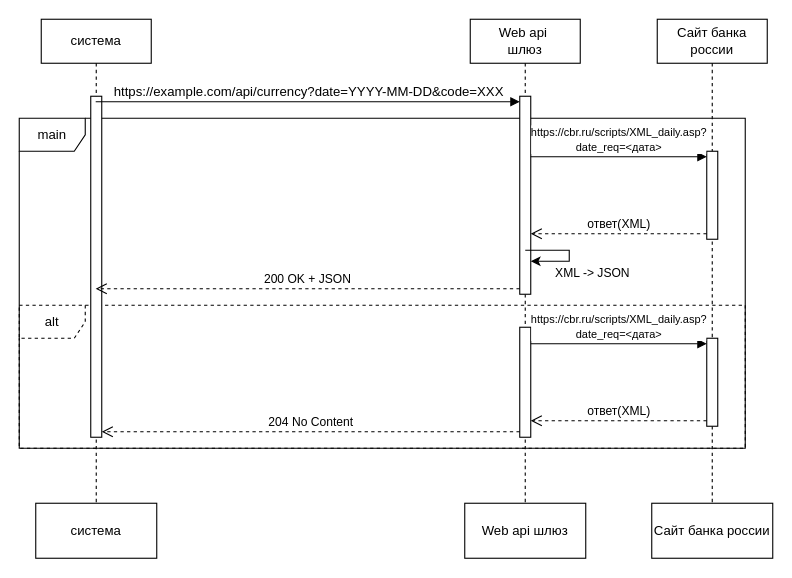
Above: test1.drawio in bulkhukou/redesigned-octo-broccoli (draw.io), before the change. Source tidied: cells renumbered, new cells numbered last; positions are measured from the earlier drawing's top-left corner, leaving out a move shared by most shapes. Both pictures are drawn from the tidied source at 110%, with x=0, y=0 at pixel (19, 19).
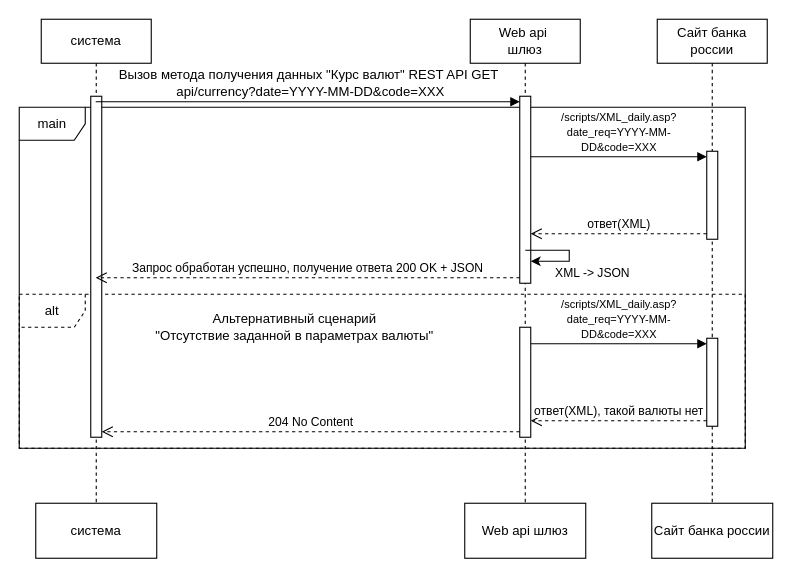
After the change.

Unchanged cells that the change refers to:
```xml
<mxCell id="4" value="Web api&amp;nbsp;&lt;br&gt;шлюз" style="shape=umlLifeline;perimeter=lifelinePerimeter;whiteSpace=wrap;html=1;newEdgeStyle={&quot;curved&quot;:0,&quot;rounded&quot;:0};" parent="1" vertex="1">
  <mxGeometry x="410" width="100" height="440" as="geometry" />
</mxCell>
<mxCell id="7" style="html=1;points=[[0,0,0,0,5],[0,1,0,0,-5],[1,0,0,0,5],[1,1,0,0,-5]];perimeter=orthogonalPerimeter;outlineConnect=0;targetShapes=umlLifeline;portConstraint=eastwest;newEdgeStyle={&quot;curved&quot;:0,&quot;rounded&quot;:0};" parent="6" vertex="1">
  <mxGeometry x="45" y="290" width="10" height="80" as="geometry" />
</mxCell>
<mxCell id="8" style="html=1;points=[[0,0,0,0,5],[0,1,0,0,-5],[1,0,0,0,5],[1,1,0,0,-5]];perimeter=orthogonalPerimeter;outlineConnect=0;targetShapes=umlLifeline;portConstraint=eastwest;newEdgeStyle={&quot;curved&quot;:0,&quot;rounded&quot;:0};" parent="6" vertex="1">
  <mxGeometry x="45" y="120" width="10" height="80" as="geometry" />
</mxCell>
<mxCell id="9" value="система" style="shape=umlLifeline;perimeter=lifelinePerimeter;whiteSpace=wrap;html=1;outlineConnect=0;portConstraint=eastwest;newEdgeStyle={&quot;curved&quot;:0,&quot;rounded&quot;:0};" parent="1" vertex="1">
  <mxGeometry x="20" width="100" height="440" as="geometry" />
</mxCell>
<mxCell id="17" style="html=1;points=[[0,0,0,0,5],[0,1,0,0,-5],[1,0,0,0,5],[1,1,0,0,-5]];perimeter=orthogonalPerimeter;outlineConnect=0;targetShapes=umlLifeline;portConstraint=eastwest;newEdgeStyle={&quot;curved&quot;:0,&quot;rounded&quot;:0};" parent="1" vertex="1">
  <mxGeometry x="455" y="280" width="10" height="100" as="geometry" />
</mxCell>
```

The edit, as a diff of the source:
```diff
@@
     <mxCell id="2" value="alt" style="shape=umlFrame;whiteSpace=wrap;html=1;dashed=1;" parent="1" vertex="1">
-      <mxGeometry y="260" width="660" height="130" as="geometry" />
+      <mxGeometry y="250" width="660" height="140" as="geometry" />
     </mxCell>
     <mxCell id="3" value="main" style="shape=umlFrame;whiteSpace=wrap;html=1;" parent="1" vertex="1">
-      <mxGeometry y="90" width="660" height="300" as="geometry" />
+      <mxGeometry y="80" width="660" height="310" as="geometry" />
     </mxCell>
@@
     <mxCell id="5" style="html=1;points=[[0,0,0,0,5],[0,1,0,0,-5],[1,0,0,0,5],[1,1,0,0,-5]];perimeter=orthogonalPerimeter;outlineConnect=0;targetShapes=umlLifeline;portConstraint=eastwest;newEdgeStyle={&quot;curved&quot;:0,&quot;rounded&quot;:0};" parent="4" vertex="1">
-      <mxGeometry x="45" y="70" width="10" height="180" as="geometry" />
+      <mxGeometry x="45" y="70" width="10" height="170" as="geometry" />
     </mxCell>
@@
-    <mxCell id="11" value="&lt;span style=&quot;font-size: 12px;&quot;&gt;&lt;font style=&quot;color: rgb(0, 0, 0);&quot;&gt;https://example.com/api/currency?date=YYYY-MM-DD&amp;amp;code=XXX&lt;/font&gt;&lt;/span&gt;" style="html=1;verticalAlign=bottom;endArrow=block;curved=0;rounded=0;entryX=0;entryY=0;entryDx=0;entryDy=5;" parent="1" edge="1" source="9" target="5">
+    <mxCell id="11" value="&lt;span style=&quot;font-size: 12px;&quot;&gt;&lt;font style=&quot;color: rgb(0, 0, 0);&quot;&gt;Вызов метода получения данных &quot;Курс валют&quot; REST API GET&lt;br&gt;&amp;nbsp;api/currency?date=YYYY-MM-DD&amp;amp;code=XXX&lt;/font&gt;&lt;/span&gt;" style="html=1;verticalAlign=bottom;endArrow=block;curved=0;rounded=0;entryX=0;entryY=0;entryDx=0;entryDy=5;" parent="1" edge="1" source="9" target="5">
       <mxGeometry relative="1" as="geometry" />
     </mxCell>
-    <mxCell id="12" value="200 OK + JSON" style="html=1;verticalAlign=bottom;endArrow=open;dashed=1;endSize=8;curved=0;rounded=0;exitX=0;exitY=1;exitDx=0;exitDy=-5;" parent="1" edge="1" source="5" target="9">
+    <mxCell id="12" value="Запрос обработан успешно, получение ответа 200 OK + JSON" style="html=1;verticalAlign=bottom;endArrow=open;dashed=1;endSize=8;curved=0;rounded=0;exitX=0;exitY=1;exitDx=0;exitDy=-5;" parent="1" edge="1" source="5" target="9">
       <mxGeometry relative="1" as="geometry" />
     </mxCell>
-    <mxCell id="13" value="&lt;span id=&quot;docs-internal-guid-be763bf7-7fff-34bf-85fb-42253519a45e&quot;&gt;&lt;span style=&quot;font-family: Arial, sans-serif; background-color: transparent; font-variant-numeric: normal; font-variant-east-asian: normal; font-variant-alternates: normal; font-variant-position: normal; font-variant-emoji: normal; vertical-align: baseline; white-space: pre-wrap;&quot;&gt;&lt;font style=&quot;font-size: 10px;&quot;&gt;https://cbr.ru/scripts/XML_daily.asp?&lt;br/&gt;date_req=&amp;lt;дата&amp;gt;&lt;/font&gt;&lt;/span&gt;&lt;/span&gt;" style="html=1;verticalAlign=bottom;endArrow=block;curved=0;rounded=0;entryX=0;entryY=0;entryDx=0;entryDy=5;" parent="1" edge="1" source="5" target="8">
+    <mxCell id="13" value="&lt;span style=&quot;font-family: Arial, sans-serif; font-size: 10px; white-space: pre-wrap;&quot;&gt;/scripts/XML_daily.asp?&lt;/span&gt;&lt;br style=&quot;font-family: Arial, sans-serif; font-size: 10px; white-space: pre-wrap;&quot;&gt;&lt;span style=&quot;font-family: Arial, sans-serif; font-size: 10px; white-space: pre-wrap;&quot;&gt;date_req=YYYY-MM-DD&amp;amp;code=XXX&lt;/span&gt;" style="html=1;verticalAlign=bottom;endArrow=block;curved=0;rounded=0;entryX=0;entryY=0;entryDx=0;entryDy=5;" parent="1" edge="1" source="5" target="8">
       <mxGeometry relative="1" as="geometry" />
     </mxCell>
@@
-    <mxCell id="19" value="ответ(XML)" style="html=1;verticalAlign=bottom;endArrow=open;dashed=1;endSize=8;curved=0;rounded=0;exitX=0;exitY=1;exitDx=0;exitDy=-5;" parent="1" edge="1" source="7" target="17">
+    <mxCell id="19" value="ответ(XML), такой валюты нет" style="html=1;verticalAlign=bottom;endArrow=open;dashed=1;endSize=8;curved=0;rounded=0;exitX=0;exitY=1;exitDx=0;exitDy=-5;" parent="1" edge="1" source="7" target="17">
       <mxGeometry relative="1" as="geometry" />
     </mxCell>
-    <mxCell id="20" value="&lt;span style=&quot;font-family: Arial, sans-serif; font-size: 10px; white-space: pre-wrap;&quot;&gt;https://cbr.ru/scripts/XML_daily.asp?&lt;/span&gt;&lt;br style=&quot;font-family: Arial, sans-serif; font-size: 10px; white-space: pre-wrap;&quot;&gt;&lt;span style=&quot;font-family: Arial, sans-serif; font-size: 10px; white-space: pre-wrap;&quot;&gt;date_req=&amp;lt;дата&amp;gt;&lt;/span&gt;" style="html=1;verticalAlign=bottom;endArrow=block;curved=0;rounded=0;entryX=0;entryY=0;entryDx=0;entryDy=5;" parent="1" edge="1" source="17" target="7">
+    <mxCell id="20" value="&lt;font face=&quot;Arial, sans-serif&quot;&gt;&lt;span style=&quot;font-size: 10px; white-space: pre-wrap;&quot;&gt;/scripts/XML_daily.asp?&lt;br/&gt;date_req=YYYY-MM-DD&amp;amp;code=XXX&lt;/span&gt;&lt;/font&gt;" style="html=1;verticalAlign=bottom;endArrow=block;curved=0;rounded=0;entryX=0;entryY=0;entryDx=0;entryDy=5;" parent="1" edge="1" source="17" target="7">
       <mxGeometry relative="1" as="geometry" />
     </mxCell>
@@
+    <mxCell id="24" value="Альтернативный сценарий &lt;br&gt;&quot;Отсутствие заданной в параметрах валюты&quot;" style="text;html=1;align=center;verticalAlign=middle;strokeColor=none;fillColor=none;" parent="1" vertex="1">
+      <mxGeometry x="110" y="260" width="280" height="40" as="geometry" />
+    </mxCell>
```
